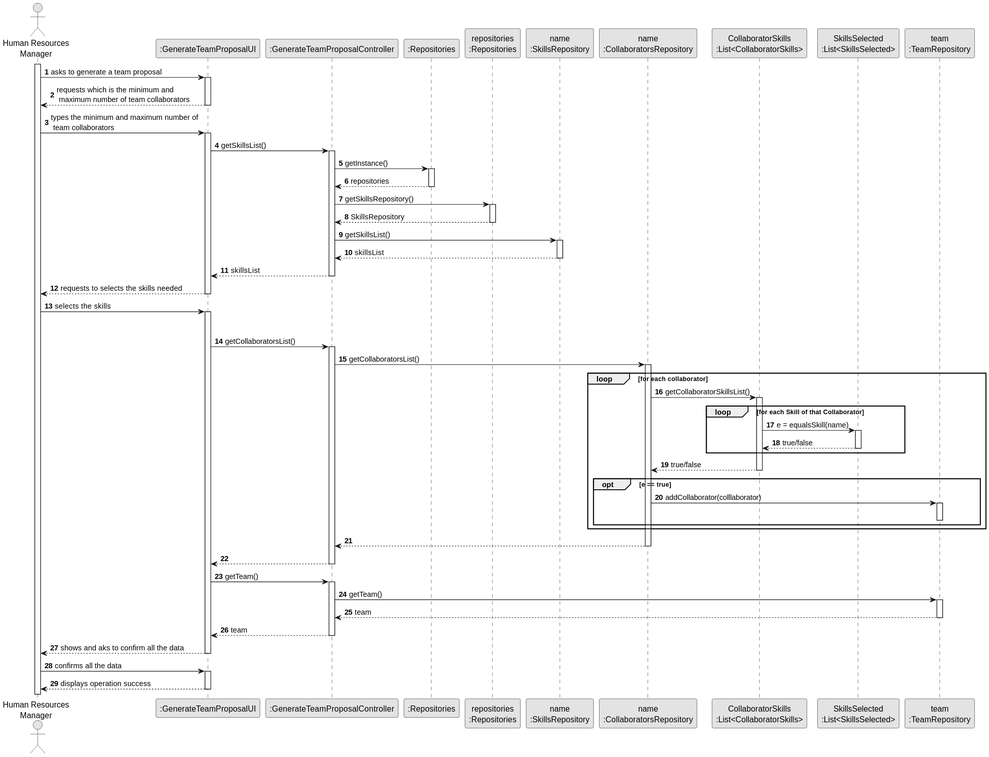
1231360-ISEP/lei-24-s2-1db-g021 keeps this PlantUML diagram as docs/sprint2/us005/03.design/svg/us005-sequence-diagram-full.svg. Above is the earlier version.
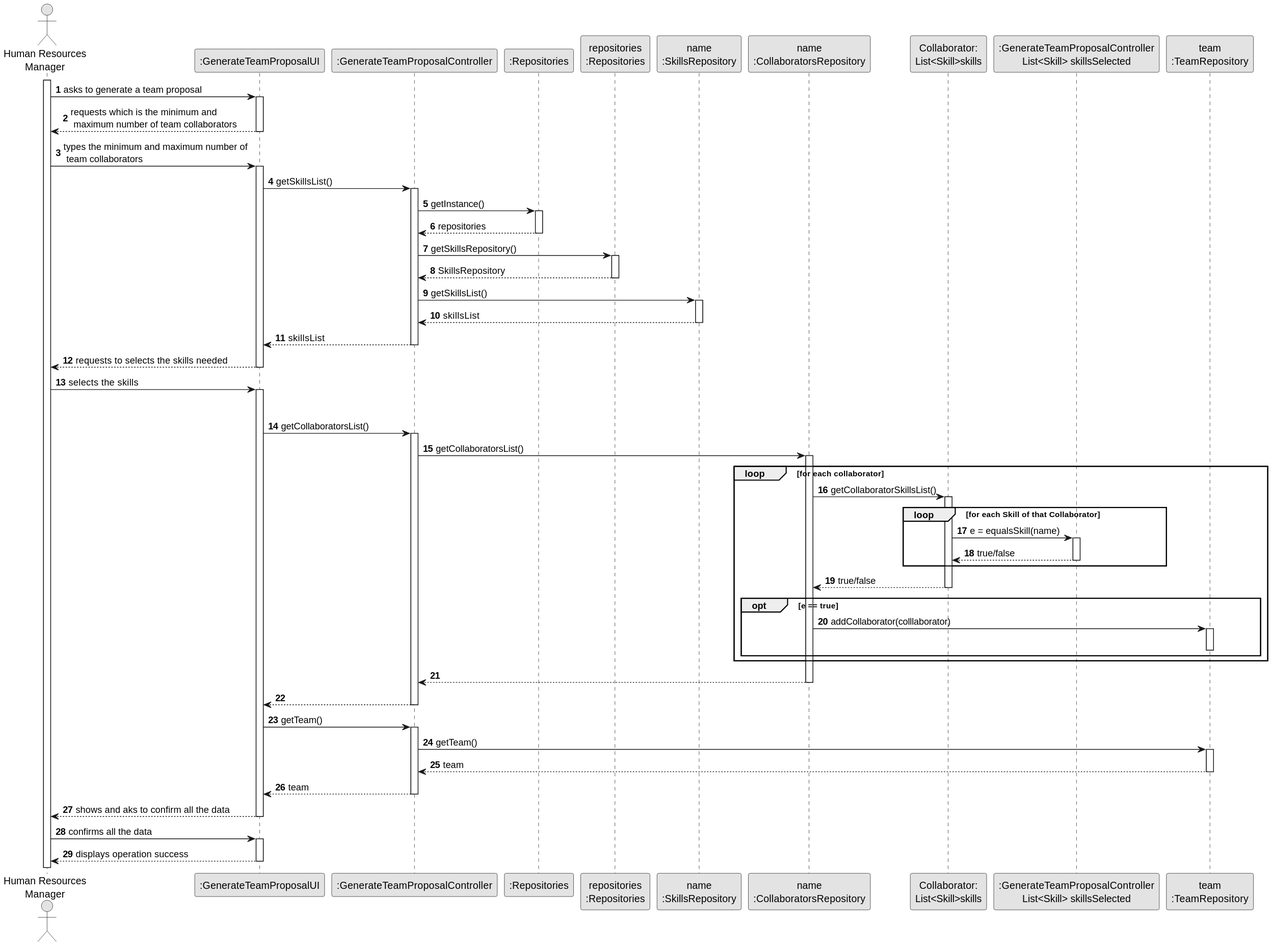
After the change.

Commit message:
Update US05 - Diagram Class and SD full and partial and SVG´s

What changed in the source:
```diff
@@ -10,8 +10,8 @@
 participant "repositories\n:Repositories" as PLAT
 participant "name\n:SkillsRepository" as SkillsRepository
 participant "name\n:CollaboratorsRepository" as CollaboratorsRepository
-participant "CollaboratorSkills\n:List<CollaboratorSkills>" as CollaboratorSkills
-participant "SkillsSelected\n:List<SkillsSelected>" as ListOfSkillsSelected
+participant "Collaborator:\nList<Skill>skills" as CollaboratorSkills
+participant ":GenerateTeamProposalController\nList<Skill> skillsSelected" as ListOfSkillsSelected
 participant "team\n:TeamRepository" as TeamRepository
 
 autonumber 1
```
